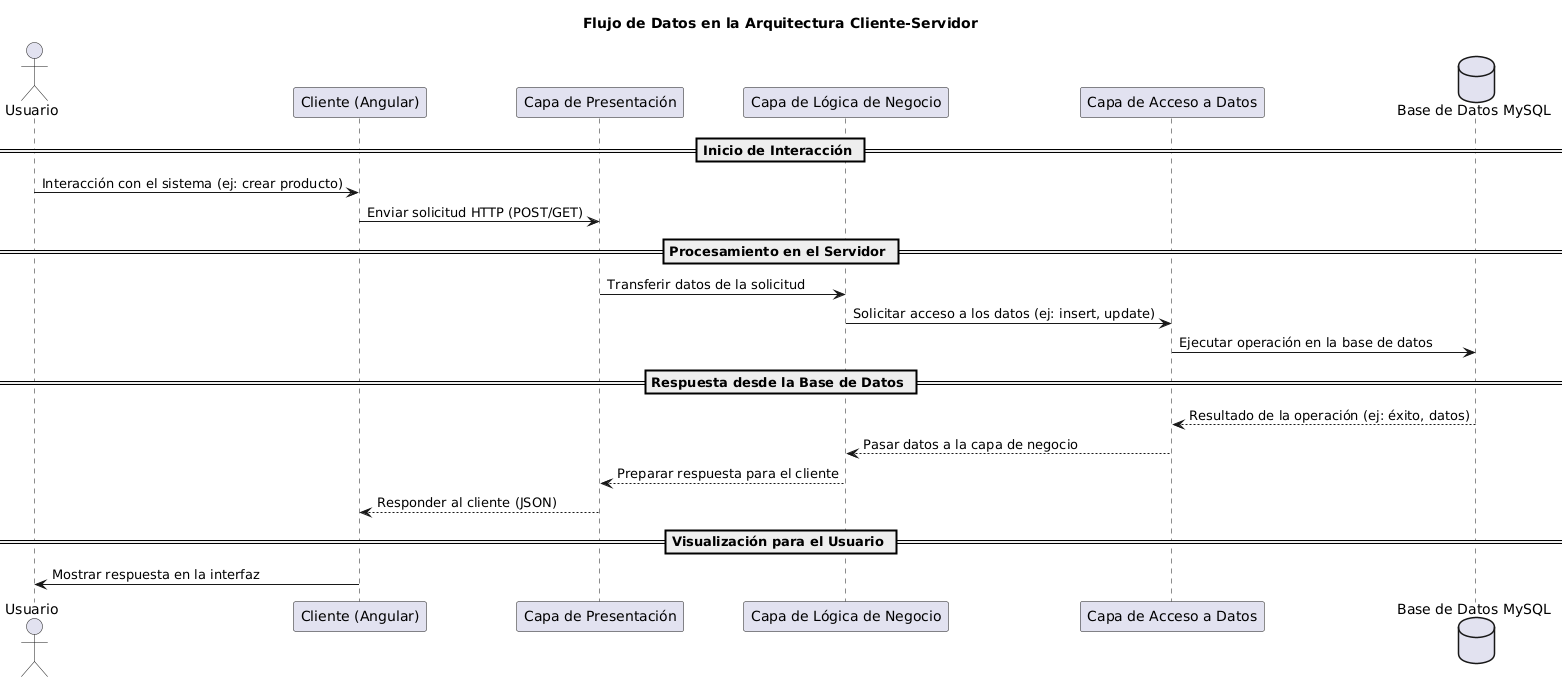
Earlier version of the PlantUML export Arquitectura de software/flujo de datos cliente -servidor.png (Lacteos456/Tesis).
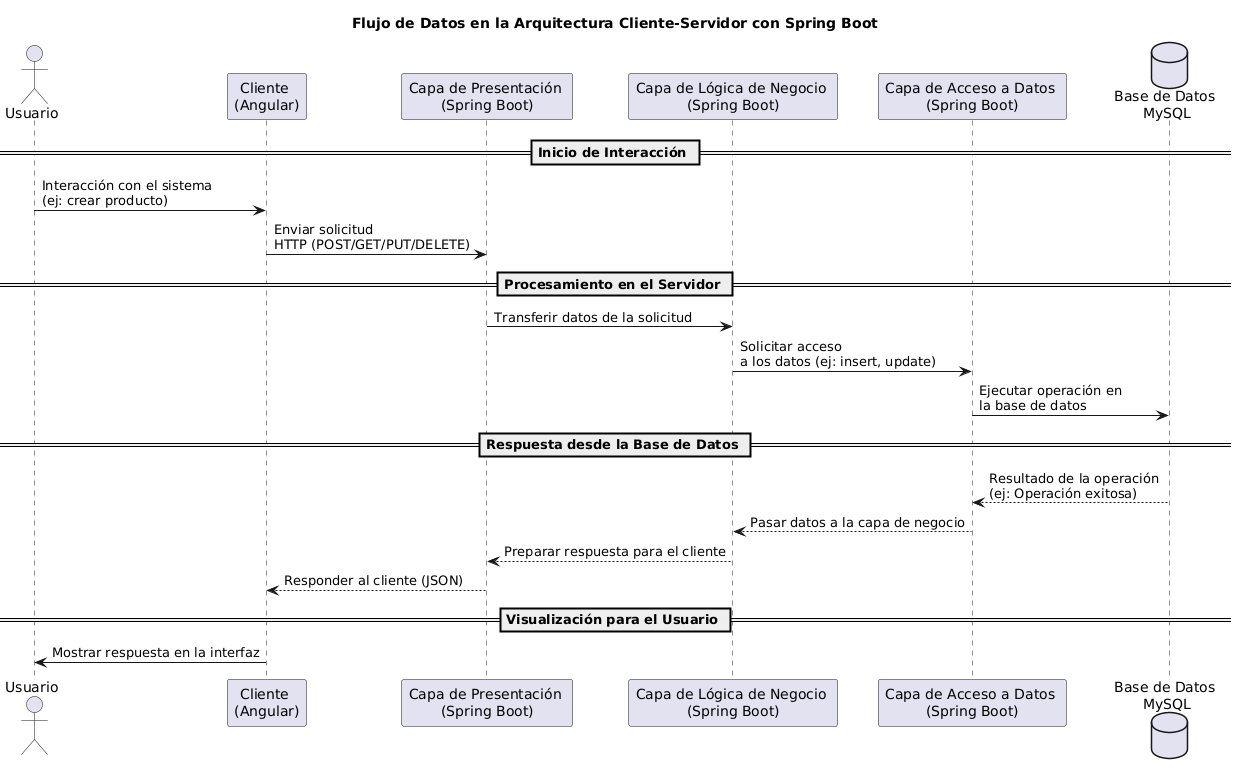
After the change.

The edit, as a diff of the source:
```diff
@@ -1,24 +1,24 @@
 @startuml
-title Flujo de Datos en la Arquitectura Cliente-Servidor
+title Flujo de Datos en la Arquitectura Cliente-Servidor con Spring Boot
 
 actor Usuario as user
-participant "Cliente (Angular)" as client
-participant "Capa de Presentación" as presentation
-participant "Capa de Lógica de Negocio" as business
-participant "Capa de Acceso a Datos" as dataaccess
-database "Base de Datos MySQL" as db
+participant "Cliente \n(Angular)" as client
+participant "Capa de Presentación \n(Spring Boot)" as presentation
+participant "Capa de Lógica de Negocio \n(Spring Boot)" as business
+participant "Capa de Acceso a Datos \n(Spring Boot)" as dataaccess
+database "Base de Datos \nMySQL" as db
 
 == Inicio de Interacción ==
-user -> client : Interacción con el sistema (ej: crear producto)
-client -> presentation : Enviar solicitud HTTP (POST/GET)
+user -> client : Interacción con el sistema \n(ej: crear producto)
+client -> presentation : Enviar solicitud \nHTTP (POST/GET/PUT/DELETE)
 
 == Procesamiento en el Servidor ==
 presentation -> business : Transferir datos de la solicitud
-business -> dataaccess : Solicitar acceso a los datos (ej: insert, update)
-dataaccess -> db : Ejecutar operación en la base de datos
+business -> dataaccess : Solicitar acceso \na los datos (ej: insert, update)
+dataaccess -> db : Ejecutar operación en \nla base de datos
 
 == Respuesta desde la Base de Datos ==
-db --> dataaccess : Resultado de la operación (ej: éxito, datos)
+db --> dataaccess : Resultado de la operación \n(ej: Operación exitosa)
 dataaccess --> business : Pasar datos a la capa de negocio
 business --> presentation : Preparar respuesta para el cliente
 presentation --> client : Responder al cliente (JSON)
```
